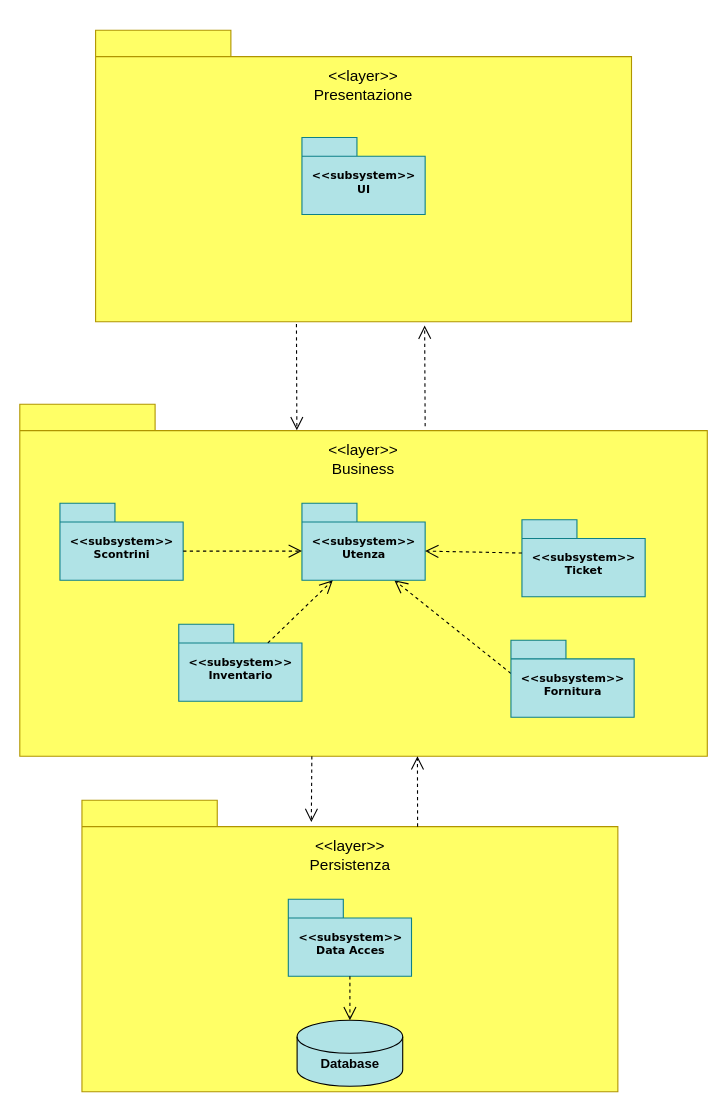
Earlier version of the draw.io diagram documentazioneSDD/Sottosistemi/3.2sottosistemi.drawio (Ciro-Fusco/NewDM). Source tidied: cells renumbered, new cells numbered last; positions are measured from the earlier drawing's top-left corner, leaving out a move shared by most shapes. Both pictures are drawn from the tidied source at 110%, with x=0, y=0 at pixel (20, 30).
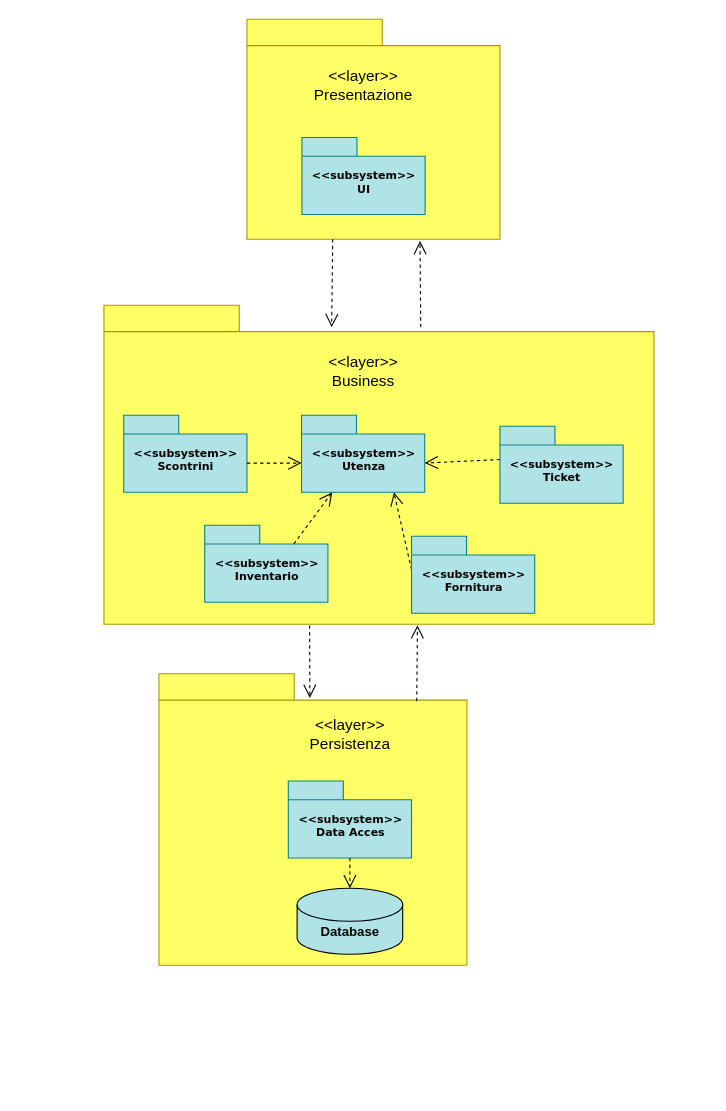
After the change.

What changed in the source:
```diff
@@
     <mxCell id="2" style="shape=folder;fontStyle=1;spacingTop=10;tabWidth=123;tabHeight=24;tabPosition=left;html=1;rounded=0;shadow=0;comic=0;labelBackgroundColor=none;strokeColor=#B09500;strokeWidth=1;fontFamily=Verdana;fontSize=10;fontColor=#ffffff;align=center;fillColor=#FFFF66;" parent="1" vertex="1">
-      <mxGeometry x="-0.5" y="340" width="625" height="320" as="geometry" />
+      <mxGeometry x="76" y="250" width="500" height="290" as="geometry" />
     </mxCell>
@@
     <mxCell id="4" value="&amp;lt;&amp;lt;subsystem&amp;gt;&amp;gt;&lt;br&gt;Utenza" style="shape=folder;fontStyle=1;spacingTop=10;tabWidth=50;tabHeight=17;tabPosition=left;html=1;rounded=0;shadow=0;comic=0;labelBackgroundColor=none;strokeWidth=1;fontFamily=Verdana;fontSize=10;align=center;fillColor=#b0e3e6;strokeColor=#0e8088;" parent="1" vertex="1">
-      <mxGeometry x="256" y="430" width="112" height="70" as="geometry" />
+      <mxGeometry x="255.6" y="350" width="112" height="70" as="geometry" />
     </mxCell>
     <mxCell id="5" value="&amp;lt;&amp;lt;subsystem&amp;gt;&amp;gt;&lt;br&gt;Inventario" style="shape=folder;fontStyle=1;spacingTop=10;tabWidth=50;tabHeight=17;tabPosition=left;html=1;rounded=0;shadow=0;comic=0;labelBackgroundColor=none;strokeColor=#0e8088;strokeWidth=1;fillColor=#b0e3e6;fontFamily=Verdana;fontSize=10;align=center;" parent="1" vertex="1">
-      <mxGeometry x="144" y="540" width="112" height="70" as="geometry" />
+      <mxGeometry x="167.6" y="450" width="112" height="70" as="geometry" />
     </mxCell>
     <mxCell id="6" value="&amp;lt;&amp;lt;subsystem&amp;gt;&amp;gt;&lt;br&gt;Fornitura" style="shape=folder;fontStyle=1;spacingTop=10;tabWidth=50;tabHeight=17;tabPosition=left;html=1;rounded=0;shadow=0;comic=0;labelBackgroundColor=none;strokeColor=#0e8088;strokeWidth=1;fillColor=#b0e3e6;fontFamily=Verdana;fontSize=10;align=center;" parent="1" vertex="1">
-      <mxGeometry x="446" y="554.5" width="112" height="70" as="geometry" />
+      <mxGeometry x="355.6" y="460" width="112" height="70" as="geometry" />
     </mxCell>
     <mxCell id="7" value="&lt;font style=&quot;font-size: 14px&quot;&gt;&amp;lt;&amp;lt;layer&amp;gt;&amp;gt;&lt;br&gt;Business&lt;/font&gt;" style="text;html=1;strokeColor=none;fillColor=none;align=center;verticalAlign=middle;whiteSpace=wrap;rounded=0;" parent="1" vertex="1">
-      <mxGeometry x="244" y="380" width="136" height="20" as="geometry" />
+      <mxGeometry x="244" y="300" width="136" height="20" as="geometry" />
     </mxCell>
     <mxCell id="8" value="&amp;lt;&amp;lt;subsystem&amp;gt;&amp;gt;&lt;br&gt;Ticket" style="shape=folder;fontStyle=1;spacingTop=10;tabWidth=50;tabHeight=17;tabPosition=left;html=1;rounded=0;shadow=0;comic=0;labelBackgroundColor=none;strokeColor=#0e8088;strokeWidth=1;fillColor=#b0e3e6;fontFamily=Verdana;fontSize=10;align=center;" parent="1" vertex="1">
-      <mxGeometry x="456" y="445" width="112" height="70" as="geometry" />
+      <mxGeometry x="436" y="360" width="112" height="70" as="geometry" />
     </mxCell>
     <mxCell id="9" value="&amp;lt;&amp;lt;subsystem&amp;gt;&amp;gt;&lt;br&gt;Scontrini" style="shape=folder;fontStyle=1;spacingTop=10;tabWidth=50;tabHeight=17;tabPosition=left;html=1;rounded=0;shadow=0;comic=0;labelBackgroundColor=none;strokeColor=#0e8088;strokeWidth=1;fillColor=#b0e3e6;fontFamily=Verdana;fontSize=10;align=center;" parent="1" vertex="1">
-      <mxGeometry x="36" y="430" width="112" height="70" as="geometry" />
+      <mxGeometry x="94" y="350" width="112" height="70" as="geometry" />
     </mxCell>
@@
     <mxCell id="13" style="shape=folder;fontStyle=1;spacingTop=10;tabWidth=123;tabHeight=24;tabPosition=left;html=1;rounded=0;shadow=0;comic=0;labelBackgroundColor=none;strokeColor=#B09500;strokeWidth=1;fontFamily=Verdana;fontSize=10;fontColor=#ffffff;align=center;fillColor=#FFFF66;" parent="1" vertex="1">
-      <mxGeometry x="56" y="700" width="487.2" height="265" as="geometry" />
+      <mxGeometry x="126" y="585" width="280" height="265" as="geometry" />
     </mxCell>
     <mxCell id="14" value="&amp;lt;&amp;lt;subsystem&amp;gt;&amp;gt;&lt;br&gt;Data Acces" style="shape=folder;fontStyle=1;spacingTop=10;tabWidth=50;tabHeight=17;tabPosition=left;html=1;rounded=0;shadow=0;comic=0;labelBackgroundColor=none;strokeWidth=1;fontFamily=Verdana;fontSize=10;align=center;fillColor=#b0e3e6;strokeColor=#0e8088;" parent="1" vertex="1">
-      <mxGeometry x="243.6" y="790" width="112" height="70" as="geometry" />
+      <mxGeometry x="243.6" y="682.5" width="112" height="70" as="geometry" />
     </mxCell>
     <mxCell id="15" value="&lt;font style=&quot;font-size: 14px&quot;&gt;&amp;lt;&amp;lt;layer&amp;gt;&amp;gt;&lt;br&gt;Persistenza&lt;br&gt;&lt;/font&gt;" style="text;html=1;strokeColor=none;fillColor=none;align=center;verticalAlign=middle;whiteSpace=wrap;rounded=0;" parent="1" vertex="1">
-      <mxGeometry x="231.6" y="740" width="136" height="20" as="geometry" />
+      <mxGeometry x="232" y="630" width="136" height="20" as="geometry" />
     </mxCell>
     <mxCell id="16" style="shape=cylinder3;whiteSpace=wrap;html=1;boundedLbl=1;backgroundOutline=1;size=15;strokeColor=#000000;fillColor=#B0E3E6;" parent="1" vertex="1">
-      <mxGeometry x="251.6" y="900" width="96" height="60" as="geometry" />
+      <mxGeometry x="251.6" y="780" width="96" height="60" as="geometry" />
     </mxCell>
@@
     <mxCell id="18" value="&lt;b&gt;Database&lt;/b&gt;" style="text;html=1;strokeColor=none;fillColor=none;align=center;verticalAlign=middle;whiteSpace=wrap;rounded=0;" parent="1" vertex="1">
-      <mxGeometry x="279.6" y="930" width="40" height="20" as="geometry" />
+      <mxGeometry x="280" y="810" width="40" height="20" as="geometry" />
     </mxCell>
     <mxCell id="19" style="shape=folder;fontStyle=1;spacingTop=10;tabWidth=123;tabHeight=24;tabPosition=left;html=1;rounded=0;shadow=0;comic=0;labelBackgroundColor=none;strokeColor=#B09500;strokeWidth=1;fontFamily=Verdana;fontSize=10;fontColor=#ffffff;align=center;fillColor=#FFFF66;" parent="1" vertex="1">
-      <mxGeometry x="68.4" width="487.2" height="265" as="geometry" />
+      <mxGeometry x="206" y="-10" width="230" height="200" as="geometry" />
     </mxCell>
@@
-    <mxCell id="22" style="edgeStyle=none;rounded=0;html=1;dashed=1;labelBackgroundColor=none;startFill=0;endArrow=open;endFill=0;endSize=10;fontFamily=Verdana;fontSize=10;entryX=0.403;entryY=0.074;entryDx=0;entryDy=0;entryPerimeter=0;" parent="1" edge="1" target="2">
-      <mxGeometry relative="1" as="geometry">
-        <mxPoint x="251" y="267" as="sourcePoint" />
-      </mxGeometry>
+    <mxCell id="22" style="edgeStyle=none;rounded=0;html=1;dashed=1;labelBackgroundColor=none;startFill=0;endArrow=open;endFill=0;endSize=10;fontFamily=Verdana;fontSize=10;exitX=0.339;exitY=1;exitDx=0;exitDy=0;exitPerimeter=0;entryX=0.414;entryY=0.069;entryDx=0;entryDy=0;entryPerimeter=0;" parent="1" edge="1" source="19" target="2">
+      <mxGeometry relative="1" as="geometry" />
     </mxCell>
-    <mxCell id="23" style="edgeStyle=none;rounded=0;html=1;dashed=1;labelBackgroundColor=none;startFill=0;endArrow=open;endFill=0;endSize=10;fontFamily=Verdana;fontSize=10;entryX=0.428;entryY=0.075;entryDx=0;entryDy=0;entryPerimeter=0;" parent="1" edge="1" target="13">
-      <mxGeometry relative="1" as="geometry">
-        <mxPoint x="265" y="660" as="sourcePoint" />
-      </mxGeometry>
+    <mxCell id="23" style="edgeStyle=none;rounded=0;html=1;dashed=1;labelBackgroundColor=none;startFill=0;endArrow=open;endFill=0;endSize=10;fontFamily=Verdana;fontSize=10;exitX=0.374;exitY=1.004;exitDx=0;exitDy=0;exitPerimeter=0;entryX=0.49;entryY=0.083;entryDx=0;entryDy=0;entryPerimeter=0;" parent="1" edge="1" source="2" target="13">
+      <mxGeometry relative="1" as="geometry" />
     </mxCell>
-    <mxCell id="24" style="edgeStyle=none;rounded=0;html=1;dashed=1;labelBackgroundColor=none;startFill=0;endArrow=open;endFill=0;endSize=10;fontFamily=Verdana;fontSize=10;exitX=0;exitY=0;exitDx=305.125;exitDy=24;exitPerimeter=0;" parent="1" edge="1" source="13">
-      <mxGeometry relative="1" as="geometry">
-        <mxPoint x="361" y="660" as="targetPoint" />
-      </mxGeometry>
+    <mxCell id="24" style="edgeStyle=none;rounded=0;html=1;dashed=1;labelBackgroundColor=none;startFill=0;endArrow=open;endFill=0;endSize=10;fontFamily=Verdana;fontSize=10;exitX=0.837;exitY=0.094;exitDx=0;exitDy=0;exitPerimeter=0;entryX=0.57;entryY=1.003;entryDx=0;entryDy=0;entryPerimeter=0;" parent="1" edge="1" source="13" target="2">
+      <mxGeometry relative="1" as="geometry" />
     </mxCell>
-    <mxCell id="25" style="edgeStyle=none;rounded=0;html=1;dashed=1;labelBackgroundColor=none;startFill=0;endArrow=open;endFill=0;endSize=10;fontFamily=Verdana;fontSize=10;entryX=0.614;entryY=1.013;entryDx=0;entryDy=0;entryPerimeter=0;" parent="1" edge="1" target="19">
+    <mxCell id="25" style="edgeStyle=none;rounded=0;html=1;dashed=1;labelBackgroundColor=none;startFill=0;endArrow=open;endFill=0;endSize=10;fontFamily=Verdana;fontSize=10;entryX=0.684;entryY=1.008;entryDx=0;entryDy=0;entryPerimeter=0;" parent="1" edge="1" target="19">
       <mxGeometry relative="1" as="geometry">
-        <mxPoint x="368" y="360" as="sourcePoint" />
+        <mxPoint x="364" y="270" as="sourcePoint" />
       </mxGeometry>
     </mxCell>
```
